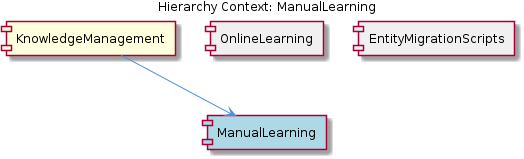
The PlantUML diagram knowledge-management/insights/images/manual-learning-relationship.png in fwornle/coding, before a commit. Its source is kept beside it as .data/knowledge-graph/insights/puml/manual-learning-relationship.puml. The source it was exported from:
```plantuml
@startuml
!include _standard-style.puml

title Hierarchy Context: ManualLearning

[KnowledgeManagement] as knowledge_management #FFFFDD
[ManualLearning] as manual_learning #LightBlue
[OnlineLearning] as online_learning #F0F0F0
[EntityMigrationScripts] as entity_migration_scripts #F0F0F0

knowledge_management --> manual_learning
online_learning -[hidden]- manual_learning
entity_migration_scripts -[hidden]- manual_learning

@enduml
```
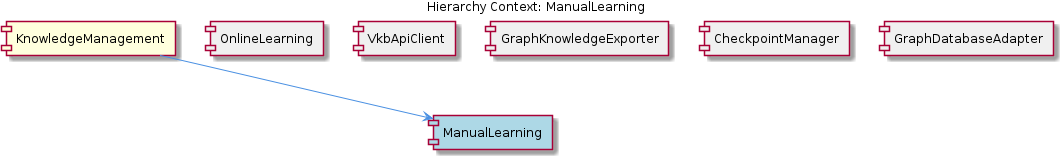
Above is the later version.

Change to the diagram source:
```diff
@@ -6,10 +6,16 @@
 [KnowledgeManagement] as knowledge_management #FFFFDD
 [ManualLearning] as manual_learning #LightBlue
 [OnlineLearning] as online_learning #F0F0F0
-[EntityMigrationScripts] as entity_migration_scripts #F0F0F0
+[VkbApiClient] as vkb_api_client #F0F0F0
+[GraphKnowledgeExporter] as graph_knowledge_exporter #F0F0F0
+[CheckpointManager] as checkpoint_manager #F0F0F0
+[GraphDatabaseAdapter] as graph_database_adapter #F0F0F0
 
 knowledge_management --> manual_learning
 online_learning -[hidden]- manual_learning
-entity_migration_scripts -[hidden]- manual_learning
+vkb_api_client -[hidden]- manual_learning
+graph_knowledge_exporter -[hidden]- manual_learning
+checkpoint_manager -[hidden]- manual_learning
+graph_database_adapter -[hidden]- manual_learning
 
 @enduml
```
